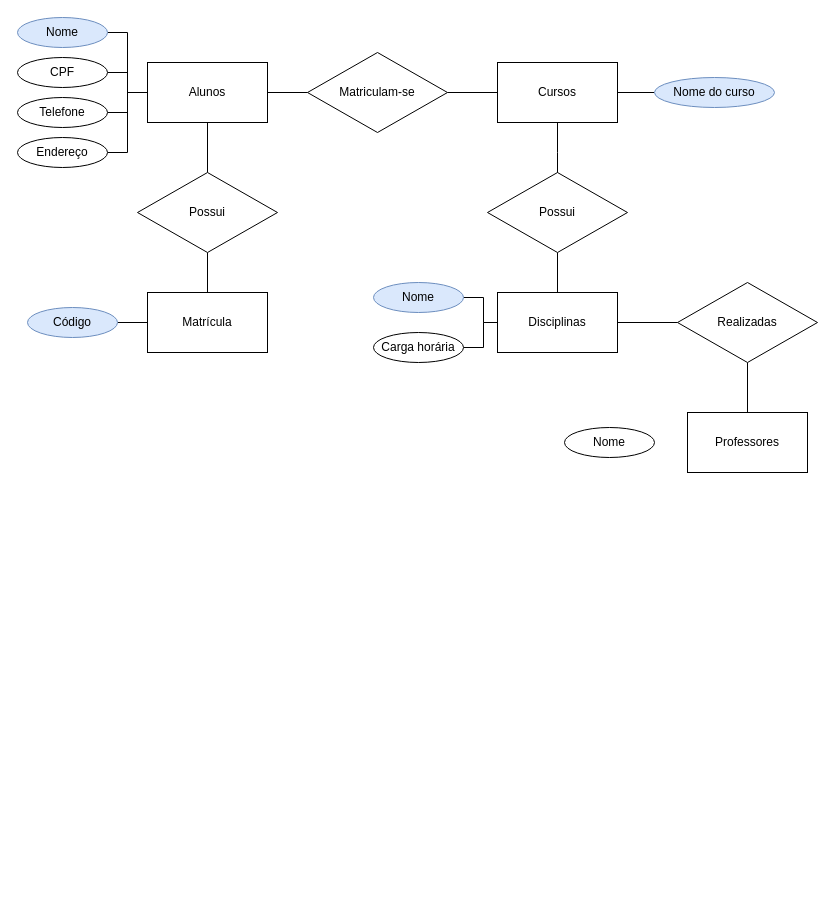
Earlier version of the draw.io diagram exercicio29-08.drawio (jruckl/exercicios_bancodedados1). Source tidied: cells renumbered, new cells numbered last; positions are measured from the earlier drawing's top-left corner, leaving out a move shared by most shapes. Both pictures are drawn from the tidied source at 100%, with x=0, y=0 at pixel (17, 17).
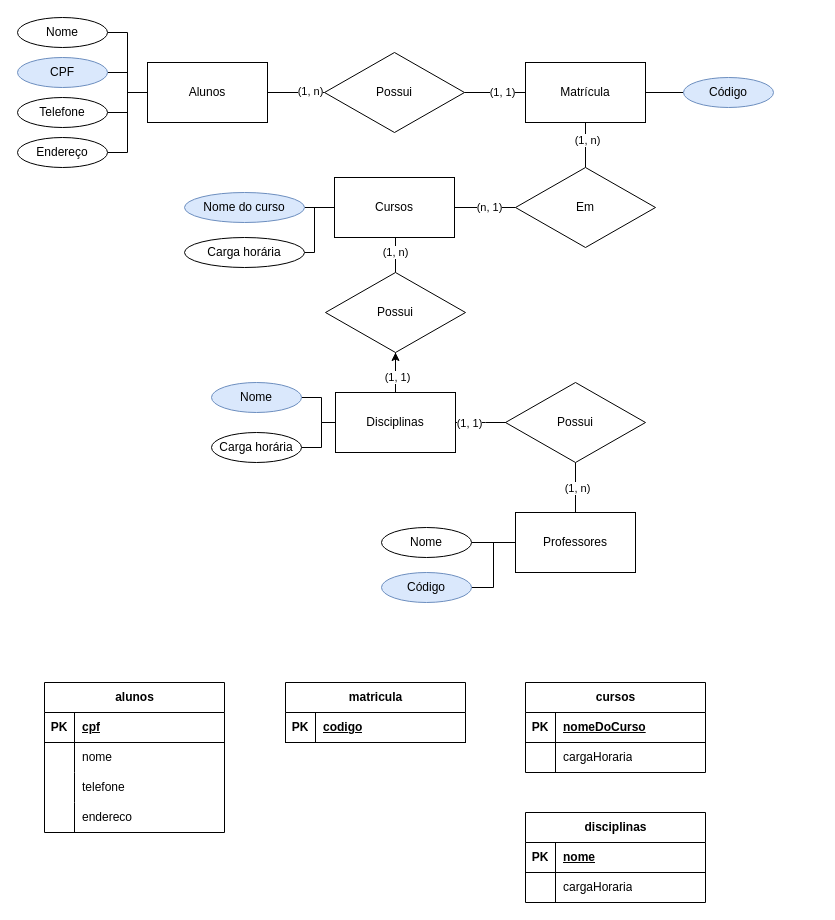
The same diagram, later.

Unchanged cells that the change refers to:
```xml
<mxCell id="4" value="Alunos" style="rounded=0;whiteSpace=wrap;html=1;" parent="1" vertex="1">
  <mxGeometry x="130" y="45" width="120" height="60" as="geometry" />
</mxCell>
<mxCell id="13" style="edgeStyle=orthogonalEdgeStyle;rounded=0;jettySize=auto;html=1;exitX=0.5;exitY=1;exitDx=0;exitDy=0;entryX=0.5;entryY=0;entryDx=0;entryDy=0;endArrow=none;endFill=0;" parent="1" edge="1" source="14" target="10">
  <mxGeometry relative="1" as="geometry" />
</mxCell>
<mxCell id="17" style="edgeStyle=orthogonalEdgeStyle;rounded=0;jettySize=auto;html=1;exitX=0.5;exitY=1;exitDx=0;exitDy=0;entryX=0.5;entryY=0;entryDx=0;entryDy=0;endArrow=none;endFill=0;" parent="1" edge="1" source="18" target="19">
  <mxGeometry relative="1" as="geometry" />
</mxCell>
```

The edit, as a diff of the source:
```diff
@@
-    <mxCell id="2" style="edgeStyle=orthogonalEdgeStyle;rounded=0;jettySize=auto;html=1;exitX=1;exitY=0.5;exitDx=0;exitDy=0;entryX=0;entryY=0.5;entryDx=0;entryDy=0;endArrow=none;endFill=0;" parent="1" edge="1" source="4" target="12">
-      <mxGeometry relative="1" as="geometry" />
-    </mxCell>
-    <mxCell id="3" style="edgeStyle=orthogonalEdgeStyle;rounded=0;jettySize=auto;html=1;exitX=0.5;exitY=1;exitDx=0;exitDy=0;entryX=0.5;entryY=0;entryDx=0;entryDy=0;endArrow=none;endFill=0;" parent="1" edge="1" source="4" target="16">
+    <mxCell id="3" style="edgeStyle=orthogonalEdgeStyle;rounded=0;jettySize=auto;html=1;exitX=1;exitY=0.5;exitDx=0;exitDy=0;entryX=0;entryY=0.5;entryDx=0;entryDy=0;endArrow=none;endFill=0;" parent="1" edge="1" source="4" target="16">
       <mxGeometry relative="1" as="geometry" />
     </mxCell>
+    <mxCell id="36" value="(1, n)" style="edgeLabel;html=1;align=center;verticalAlign=middle;" parent="3" vertex="1">
+      <mxGeometry x="0.46" y="2" relative="1" as="geometry" />
+    </mxCell>
@@
+    <mxCell id="37" style="edgeStyle=orthogonalEdgeStyle;rounded=0;jettySize=auto;html=1;exitX=0.5;exitY=1;exitDx=0;exitDy=0;entryX=0.5;entryY=0;entryDx=0;entryDy=0;endArrow=none;endFill=0;" parent="1" edge="1" source="5" target="12">
+      <mxGeometry relative="1" as="geometry" />
+    </mxCell>
+    <mxCell id="38" value="(1, n)" style="edgeLabel;html=1;align=center;verticalAlign=middle;" parent="37" vertex="1">
+      <mxGeometry x="-0.26" y="1" relative="1" as="geometry" />
+    </mxCell>
+    <mxCell id="39" style="edgeStyle=orthogonalEdgeStyle;rounded=0;jettySize=auto;html=1;exitX=1;exitY=0.5;exitDx=0;exitDy=0;entryX=0;entryY=0.5;entryDx=0;entryDy=0;endArrow=none;endFill=0;" parent="1" edge="1" source="5" target="23">
+      <mxGeometry relative="1" as="geometry" />
+    </mxCell>
     <mxCell id="5" value="Matrícula" style="rounded=0;whiteSpace=wrap;html=1;" parent="1" vertex="1">
-      <mxGeometry x="130" y="275" width="120" height="60" as="geometry" />
+      <mxGeometry x="508" y="45" width="120" height="60" as="geometry" />
     </mxCell>
-    <mxCell id="6" style="edgeStyle=orthogonalEdgeStyle;rounded=0;jettySize=auto;html=1;exitX=0.5;exitY=1;exitDx=0;exitDy=0;entryX=0.5;entryY=0;entryDx=0;entryDy=0;endArrow=none;endFill=0;" parent="1" edge="1" source="8">
-      <mxGeometry relative="1" as="geometry">
-        <mxPoint x="540" y="165" as="targetPoint" />
-      </mxGeometry>
-    </mxCell>
-    <mxCell id="7" style="edgeStyle=orthogonalEdgeStyle;rounded=0;jettySize=auto;html=1;exitX=1;exitY=0.5;exitDx=0;exitDy=0;entryX=0;entryY=0.5;entryDx=0;entryDy=0;endArrow=none;endFill=0;" parent="1" edge="1" source="8" target="30">
+    <mxCell id="7" style="edgeStyle=orthogonalEdgeStyle;rounded=0;jettySize=auto;html=1;exitX=0;exitY=0.5;exitDx=0;exitDy=0;entryX=1;entryY=0.5;entryDx=0;entryDy=0;endArrow=none;endFill=0;" parent="1" edge="1" source="8" target="30">
       <mxGeometry relative="1" as="geometry" />
     </mxCell>
+    <mxCell id="40" style="edgeStyle=orthogonalEdgeStyle;rounded=0;jettySize=auto;html=1;exitX=1;exitY=0.5;exitDx=0;exitDy=0;entryX=0;entryY=0.5;entryDx=0;entryDy=0;endArrow=none;endFill=0;" parent="1" edge="1" source="8" target="12">
+      <mxGeometry relative="1" as="geometry" />
+    </mxCell>
+    <mxCell id="41" value="(n, 1)" style="edgeLabel;html=1;align=center;verticalAlign=middle;" parent="40" vertex="1">
+      <mxGeometry x="0.13" y="1" relative="1" as="geometry" />
+    </mxCell>
+    <mxCell id="42" style="edgeStyle=orthogonalEdgeStyle;rounded=0;jettySize=auto;html=1;exitX=0.5;exitY=1;exitDx=0;exitDy=0;entryX=0.5;entryY=0;entryDx=0;entryDy=0;endArrow=none;endFill=0;" parent="1" edge="1" source="8" target="14">
+      <mxGeometry relative="1" as="geometry" />
+    </mxCell>
+    <mxCell id="43" value="(1, n)" style="edgeLabel;html=1;align=center;verticalAlign=middle;" parent="42" vertex="1">
+      <mxGeometry x="-0.14" y="-1" relative="1" as="geometry" />
+    </mxCell>
+    <mxCell id="44" style="edgeStyle=orthogonalEdgeStyle;rounded=0;jettySize=auto;html=1;exitX=0;exitY=0.5;exitDx=0;exitDy=0;entryX=1;entryY=0.5;entryDx=0;entryDy=0;endArrow=none;endFill=0;" parent="1" edge="1" source="8" target="53">
+      <mxGeometry relative="1" as="geometry" />
+    </mxCell>
     <mxCell id="8" value="Cursos" style="rounded=0;whiteSpace=wrap;html=1;" parent="1" vertex="1">
-      <mxGeometry x="480" y="45" width="120" height="60" as="geometry" />
+      <mxGeometry x="317" y="160" width="120" height="60" as="geometry" />
     </mxCell>
-    <mxCell id="9" style="edgeStyle=orthogonalEdgeStyle;rounded=0;jettySize=auto;html=1;exitX=1;exitY=0.5;exitDx=0;exitDy=0;entryX=0;entryY=0.5;entryDx=0;entryDy=0;endArrow=none;endFill=0;" parent="1" edge="1" source="10" target="18">
-      <mxGeometry relative="1" as="geometry" />
+    <mxCell id="9" style="edgeStyle=orthogonalEdgeStyle;rounded=0;jettySize=auto;html=1;exitX=1;exitY=0.5;exitDx=0;exitDy=0;entryX=0;entryY=0.5;entryDx=0;entryDy=0;endArrow=none;endFill=0;" parent="1" edge="1" source="10">
+      <mxGeometry relative="1" as="geometry">
+        <mxPoint x="498" y="405" as="targetPoint" />
+      </mxGeometry>
     </mxCell>
+    <mxCell id="45" value="(1, 1)" style="edgeLabel;html=1;align=center;verticalAlign=middle;" parent="9" vertex="1">
+      <mxGeometry x="-0.57" relative="1" as="geometry" />
+    </mxCell>
+    <mxCell id="46" style="edgeStyle=orthogonalEdgeStyle;rounded=0;jettySize=auto;html=1;" parent="1" edge="1" source="10" target="14">
+      <mxGeometry relative="1" as="geometry" />
+    </mxCell>
     <mxCell id="10" value="Disciplinas" style="rounded=0;whiteSpace=wrap;html=1;" parent="1" vertex="1">
-      <mxGeometry x="480" y="275" width="120" height="60" as="geometry" />
+      <mxGeometry x="318" y="375" width="120" height="60" as="geometry" />
     </mxCell>
-    <mxCell id="11" style="edgeStyle=orthogonalEdgeStyle;rounded=0;jettySize=auto;html=1;exitX=1;exitY=0.5;exitDx=0;exitDy=0;entryX=0;entryY=0.5;entryDx=0;entryDy=0;strokeWidth=1;endArrow=none;endFill=0;" parent="1" edge="1" source="12" target="8">
-      <mxGeometry relative="1" as="geometry" />
-    </mxCell>
-    <mxCell id="12" value="Matriculam-se" style="rhombus;whiteSpace=wrap;html=1;" parent="1" vertex="1">
-      <mxGeometry x="290" y="35" width="140" height="80" as="geometry" />
+    <mxCell id="12" value="Em" style="rhombus;whiteSpace=wrap;html=1;" parent="1" vertex="1">
+      <mxGeometry x="498" y="150" width="140" height="80" as="geometry" />
     </mxCell>
@@
+    <mxCell id="47" value="(1, 1)" style="edgeLabel;html=1;align=center;verticalAlign=middle;" parent="13" vertex="1">
+      <mxGeometry x="0.21" y="1" relative="1" as="geometry" />
+    </mxCell>
     <mxCell id="14" value="Possui" style="rhombus;whiteSpace=wrap;html=1;" parent="1" vertex="1">
-      <mxGeometry x="470" y="155" width="140" height="80" as="geometry" />
+      <mxGeometry x="308" y="255" width="140" height="80" as="geometry" />
     </mxCell>
-    <mxCell id="15" style="edgeStyle=orthogonalEdgeStyle;rounded=0;jettySize=auto;html=1;exitX=0.5;exitY=1;exitDx=0;exitDy=0;entryX=0.5;entryY=0;entryDx=0;entryDy=0;endArrow=none;endFill=0;" parent="1" edge="1" source="16" target="5">
+    <mxCell id="15" style="edgeStyle=orthogonalEdgeStyle;rounded=0;jettySize=auto;html=1;exitX=1;exitY=0.5;exitDx=0;exitDy=0;entryX=0;entryY=0.5;entryDx=0;entryDy=0;endArrow=none;endFill=0;" parent="1" edge="1" source="16" target="5">
       <mxGeometry relative="1" as="geometry" />
     </mxCell>
+    <mxCell id="48" value="(1, 1)" style="edgeLabel;html=1;align=center;verticalAlign=middle;" parent="15" vertex="1">
+      <mxGeometry x="0.22" y="1" relative="1" as="geometry" />
+    </mxCell>
     <mxCell id="16" value="Possui" style="rhombus;whiteSpace=wrap;html=1;" parent="1" vertex="1">
-      <mxGeometry x="120" y="155" width="140" height="80" as="geometry" />
+      <mxGeometry x="307" y="35" width="140" height="80" as="geometry" />
     </mxCell>
@@
+    <mxCell id="49" value="(1, n)" style="edgeLabel;html=1;align=center;verticalAlign=middle;" parent="17" vertex="1">
+      <mxGeometry x="0.01" y="1" relative="1" as="geometry" />
+    </mxCell>
-    <mxCell id="18" value="Realizadas" style="rhombus;whiteSpace=wrap;html=1;" parent="1" vertex="1">
-      <mxGeometry x="660" y="265" width="140" height="80" as="geometry" />
+    <mxCell id="18" value="Possui" style="rhombus;whiteSpace=wrap;html=1;" parent="1" vertex="1">
+      <mxGeometry x="488" y="365" width="140" height="80" as="geometry" />
     </mxCell>
     <mxCell id="19" value="Professores" style="rounded=0;whiteSpace=wrap;html=1;" parent="1" vertex="1">
-      <mxGeometry x="670" y="395" width="120" height="60" as="geometry" />
+      <mxGeometry x="498" y="495" width="120" height="60" as="geometry" />
     </mxCell>
@@
-    <mxCell id="21" value="Nome" style="ellipse;whiteSpace=wrap;html=1;fillColor=#dae8fc;strokeColor=#6c8ebf;" parent="1" vertex="1">
+    <mxCell id="21" value="Nome" style="ellipse;whiteSpace=wrap;html=1;" parent="1" vertex="1">
       <mxGeometry width="90" height="30" as="geometry" />
     </mxCell>
-    <mxCell id="22" style="edgeStyle=orthogonalEdgeStyle;rounded=0;jettySize=auto;html=1;exitX=1;exitY=0.5;exitDx=0;exitDy=0;entryX=0;entryY=0.5;entryDx=0;entryDy=0;endArrow=none;endFill=0;" parent="1" edge="1" source="23" target="5">
-      <mxGeometry relative="1" as="geometry" />
-    </mxCell>
     <mxCell id="23" value="Código" style="ellipse;whiteSpace=wrap;html=1;fillColor=#dae8fc;strokeColor=#6c8ebf;" parent="1" vertex="1">
-      <mxGeometry x="10" y="290" width="90" height="30" as="geometry" />
+      <mxGeometry x="666" y="60" width="90" height="30" as="geometry" />
     </mxCell>
@@
-    <mxCell id="25" value="CPF" style="ellipse;whiteSpace=wrap;html=1;" parent="1" vertex="1">
+    <mxCell id="25" value="CPF" style="ellipse;whiteSpace=wrap;html=1;fillColor=#dae8fc;strokeColor=#6c8ebf;" parent="1" vertex="1">
       <mxGeometry y="40" width="90" height="30" as="geometry" />
     </mxCell>
@@
     <mxCell id="30" value="Nome do curso" style="ellipse;whiteSpace=wrap;html=1;fillColor=#dae8fc;strokeColor=#6c8ebf;" parent="1" vertex="1">
-      <mxGeometry x="637" y="60" width="120" height="30" as="geometry" />
+      <mxGeometry x="167" y="175" width="120" height="30" as="geometry" />
     </mxCell>
@@
     <mxCell id="32" value="Nome" style="ellipse;whiteSpace=wrap;html=1;fillColor=#dae8fc;strokeColor=#6c8ebf;" parent="1" vertex="1">
-      <mxGeometry x="356" y="265" width="90" height="30" as="geometry" />
+      <mxGeometry x="194" y="365" width="90" height="30" as="geometry" />
     </mxCell>
+    <mxCell id="50" style="edgeStyle=orthogonalEdgeStyle;rounded=0;jettySize=auto;html=1;exitX=1;exitY=0.5;exitDx=0;exitDy=0;entryX=0;entryY=0.5;entryDx=0;entryDy=0;endArrow=none;endFill=0;" parent="1" edge="1" source="33" target="19">
+      <mxGeometry relative="1" as="geometry" />
+    </mxCell>
     <mxCell id="33" value="Nome" style="ellipse;whiteSpace=wrap;html=1;" parent="1" vertex="1">
-      <mxGeometry x="547" y="410" width="90" height="30" as="geometry" />
+      <mxGeometry x="364" y="510" width="90" height="30" as="geometry" />
     </mxCell>
@@
     <mxCell id="35" value="Carga horária" style="ellipse;whiteSpace=wrap;html=1;" parent="1" vertex="1">
-      <mxGeometry x="356" y="315" width="90" height="30" as="geometry" />
+      <mxGeometry x="194" y="415" width="90" height="30" as="geometry" />
     </mxCell>
+    <mxCell id="51" style="edgeStyle=orthogonalEdgeStyle;rounded=0;jettySize=auto;html=1;exitX=1;exitY=0.5;exitDx=0;exitDy=0;entryX=0;entryY=0.5;entryDx=0;entryDy=0;endArrow=none;endFill=0;" parent="1" edge="1" source="52" target="19">
+      <mxGeometry relative="1" as="geometry" />
+    </mxCell>
+    <mxCell id="52" value="Código" style="ellipse;whiteSpace=wrap;html=1;fillColor=#dae8fc;strokeColor=#6c8ebf;" parent="1" vertex="1">
+      <mxGeometry x="364" y="555" width="90" height="30" as="geometry" />
+    </mxCell>
+    <mxCell id="53" value="Carga horária" style="ellipse;whiteSpace=wrap;html=1;" parent="1" vertex="1">
+      <mxGeometry x="167" y="220" width="120" height="30" as="geometry" />
+    </mxCell>
+    <mxCell id="54" value="alunos" style="shape=table;startSize=30;childLayout=tableLayout;rowLines=0;fontStyle=1;align=center;html=1;" parent="1" vertex="1">
+      <mxGeometry x="27" y="665" width="180" height="150" as="geometry" />
+    </mxCell>
+    <mxCell id="55" style="shape=tableRow;horizontal=0;startSize=0;swimlaneHead=0;swimlaneBody=0;fillColor=none;top=0;left=0;right=0;bottom=1;" parent="54" vertex="1">
+      <mxGeometry y="30" width="180" height="30" as="geometry" />
+    </mxCell>
+    <mxCell id="56" value="PK" style="shape=partialRectangle;fillColor=none;top=0;left=0;bottom=0;right=0;fontStyle=1;overflow=hidden;whiteSpace=wrap;html=1;" parent="55" vertex="1">
+      <mxGeometry width="30" height="30" as="geometry" />
+    </mxCell>
+    <mxCell id="57" value="cpf" style="shape=partialRectangle;fillColor=none;top=0;left=0;bottom=0;right=0;align=left;spacingLeft=6;fontStyle=5;overflow=hidden;whiteSpace=wrap;html=1;" parent="55" vertex="1">
+      <mxGeometry x="30" width="150" height="30" as="geometry" />
+    </mxCell>
+    <mxCell id="58" style="shape=tableRow;horizontal=0;startSize=0;swimlaneHead=0;swimlaneBody=0;fillColor=none;top=0;left=0;right=0;bottom=0;" parent="54" vertex="1">
+      <mxGeometry y="60" width="180" height="30" as="geometry" />
+    </mxCell>
+    <mxCell id="59" style="shape=partialRectangle;fillColor=none;top=0;left=0;bottom=0;right=0;overflow=hidden;whiteSpace=wrap;html=1;" parent="58" vertex="1">
+      <mxGeometry width="30" height="30" as="geometry" />
+    </mxCell>
+    <mxCell id="60" value="nome" style="shape=partialRectangle;fillColor=none;top=0;left=0;bottom=0;right=0;align=left;spacingLeft=6;overflow=hidden;whiteSpace=wrap;html=1;" parent="58" vertex="1">
+      <mxGeometry x="30" width="150" height="30" as="geometry" />
+    </mxCell>
+    <mxCell id="61" style="shape=tableRow;horizontal=0;startSize=0;swimlaneHead=0;swimlaneBody=0;fillColor=none;top=0;left=0;right=0;bottom=0;" parent="54" vertex="1">
+      <mxGeometry y="90" width="180" height="30" as="geometry" />
+    </mxCell>
+    <mxCell id="62" style="shape=partialRectangle;fillColor=none;top=0;left=0;bottom=0;right=0;overflow=hidden;whiteSpace=wrap;html=1;" parent="61" vertex="1">
+      <mxGeometry width="30" height="30" as="geometry" />
+    </mxCell>
+    <mxCell id="63" value="telefone" style="shape=partialRectangle;fillColor=none;top=0;left=0;bottom=0;right=0;align=left;spacingLeft=6;overflow=hidden;whiteSpace=wrap;html=1;" parent="61" vertex="1">
+      <mxGeometry x="30" width="150" height="30" as="geometry" />
+    </mxCell>
+    <mxCell id="64" style="shape=tableRow;horizontal=0;startSize=0;swimlaneHead=0;swimlaneBody=0;fillColor=none;top=0;left=0;right=0;bottom=0;" parent="54" vertex="1">
+      <mxGeometry y="120" width="180" height="30" as="geometry" />
+    </mxCell>
+    <mxCell id="65" style="shape=partialRectangle;fillColor=none;top=0;left=0;bottom=0;right=0;overflow=hidden;whiteSpace=wrap;html=1;" parent="64" vertex="1">
+      <mxGeometry width="30" height="30" as="geometry" />
+    </mxCell>
+    <mxCell id="66" value="endereco" style="shape=partialRectangle;fillColor=none;top=0;left=0;bottom=0;right=0;align=left;spacingLeft=6;overflow=hidden;whiteSpace=wrap;html=1;" parent="64" vertex="1">
+      <mxGeometry x="30" width="150" height="30" as="geometry" />
+    </mxCell>
+    <mxCell id="67" value="matricula" style="shape=table;startSize=30;childLayout=tableLayout;rowLines=0;fontStyle=1;align=center;html=1;" parent="1" vertex="1">
+      <mxGeometry x="268" y="665" width="180" height="60" as="geometry" />
+    </mxCell>
+    <mxCell id="68" style="shape=tableRow;horizontal=0;startSize=0;swimlaneHead=0;swimlaneBody=0;fillColor=none;top=0;left=0;right=0;bottom=1;" parent="67" vertex="1">
+      <mxGeometry y="30" width="180" height="30" as="geometry" />
+    </mxCell>
+    <mxCell id="69" value="PK" style="shape=partialRectangle;fillColor=none;top=0;left=0;bottom=0;right=0;fontStyle=1;overflow=hidden;whiteSpace=wrap;html=1;" parent="68" vertex="1">
+      <mxGeometry width="30" height="30" as="geometry" />
+    </mxCell>
+    <mxCell id="70" value="codigo" style="shape=partialRectangle;fillColor=none;top=0;left=0;bottom=0;right=0;align=left;spacingLeft=6;fontStyle=5;overflow=hidden;whiteSpace=wrap;html=1;" parent="68" vertex="1">
+      <mxGeometry x="30" width="150" height="30" as="geometry" />
+    </mxCell>
+    <mxCell id="71" value="cursos" style="shape=table;startSize=30;childLayout=tableLayout;rowLines=0;fontStyle=1;align=center;html=1;" parent="1" vertex="1">
+      <mxGeometry x="508" y="665" width="180" height="90" as="geometry" />
+    </mxCell>
+    <mxCell id="72" style="shape=tableRow;horizontal=0;startSize=0;swimlaneHead=0;swimlaneBody=0;fillColor=none;top=0;left=0;right=0;bottom=1;" parent="71" vertex="1">
+      <mxGeometry y="30" width="180" height="30" as="geometry" />
+    </mxCell>
+    <mxCell id="73" value="PK" style="shape=partialRectangle;fillColor=none;top=0;left=0;bottom=0;right=0;fontStyle=1;overflow=hidden;whiteSpace=wrap;html=1;" parent="72" vertex="1">
+      <mxGeometry width="30" height="30" as="geometry" />
+    </mxCell>
+    <mxCell id="74" value="nomeDoCurso" style="shape=partialRectangle;fillColor=none;top=0;left=0;bottom=0;right=0;align=left;spacingLeft=6;fontStyle=5;overflow=hidden;whiteSpace=wrap;html=1;" parent="72" vertex="1">
+      <mxGeometry x="30" width="150" height="30" as="geometry" />
+    </mxCell>
+    <mxCell id="75" style="shape=tableRow;horizontal=0;startSize=0;swimlaneHead=0;swimlaneBody=0;fillColor=none;top=0;left=0;right=0;bottom=0;" parent="71" vertex="1">
+      <mxGeometry y="60" width="180" height="30" as="geometry" />
+    </mxCell>
+    <mxCell id="76" style="shape=partialRectangle;fillColor=none;top=0;left=0;bottom=0;right=0;overflow=hidden;whiteSpace=wrap;html=1;" parent="75" vertex="1">
+      <mxGeometry width="30" height="30" as="geometry" />
+    </mxCell>
+    <mxCell id="77" value="cargaHoraria" style="shape=partialRectangle;fillColor=none;top=0;left=0;bottom=0;right=0;align=left;spacingLeft=6;overflow=hidden;whiteSpace=wrap;html=1;" parent="75" vertex="1">
+      <mxGeometry x="30" width="150" height="30" as="geometry" />
+    </mxCell>
+    <mxCell id="78" value="disciplinas" style="shape=table;startSize=30;childLayout=tableLayout;rowLines=0;fontStyle=1;align=center;html=1;" parent="1" vertex="1">
+      <mxGeometry x="508" y="795" width="180" height="90" as="geometry" />
+    </mxCell>
+    <mxCell id="79" style="shape=tableRow;horizontal=0;startSize=0;swimlaneHead=0;swimlaneBody=0;fillColor=none;top=0;left=0;right=0;bottom=1;" parent="78" vertex="1">
+      <mxGeometry y="30" width="180" height="30" as="geometry" />
+    </mxCell>
+    <mxCell id="80" value="PK" style="shape=partialRectangle;fillColor=none;top=0;left=0;bottom=0;right=0;fontStyle=1;overflow=hidden;whiteSpace=wrap;html=1;" parent="79" vertex="1">
+      <mxGeometry width="30" height="30" as="geometry" />
+    </mxCell>
+    <mxCell id="81" value="nome" style="shape=partialRectangle;fillColor=none;top=0;left=0;bottom=0;right=0;align=left;spacingLeft=6;fontStyle=5;overflow=hidden;whiteSpace=wrap;html=1;" parent="79" vertex="1">
+      <mxGeometry x="30" width="150" height="30" as="geometry" />
+    </mxCell>
+    <mxCell id="82" style="shape=tableRow;horizontal=0;startSize=0;swimlaneHead=0;swimlaneBody=0;fillColor=none;top=0;left=0;right=0;bottom=0;" parent="78" vertex="1">
+      <mxGeometry y="60" width="180" height="30" as="geometry" />
+    </mxCell>
+    <mxCell id="83" style="shape=partialRectangle;fillColor=none;top=0;left=0;bottom=0;right=0;overflow=hidden;whiteSpace=wrap;html=1;" parent="82" vertex="1">
+      <mxGeometry width="30" height="30" as="geometry" />
+    </mxCell>
+    <mxCell id="84" value="cargaHoraria" style="shape=partialRectangle;fillColor=none;top=0;left=0;bottom=0;right=0;align=left;spacingLeft=6;overflow=hidden;whiteSpace=wrap;html=1;" parent="82" vertex="1">
+      <mxGeometry x="30" width="150" height="30" as="geometry" />
+    </mxCell>
```
